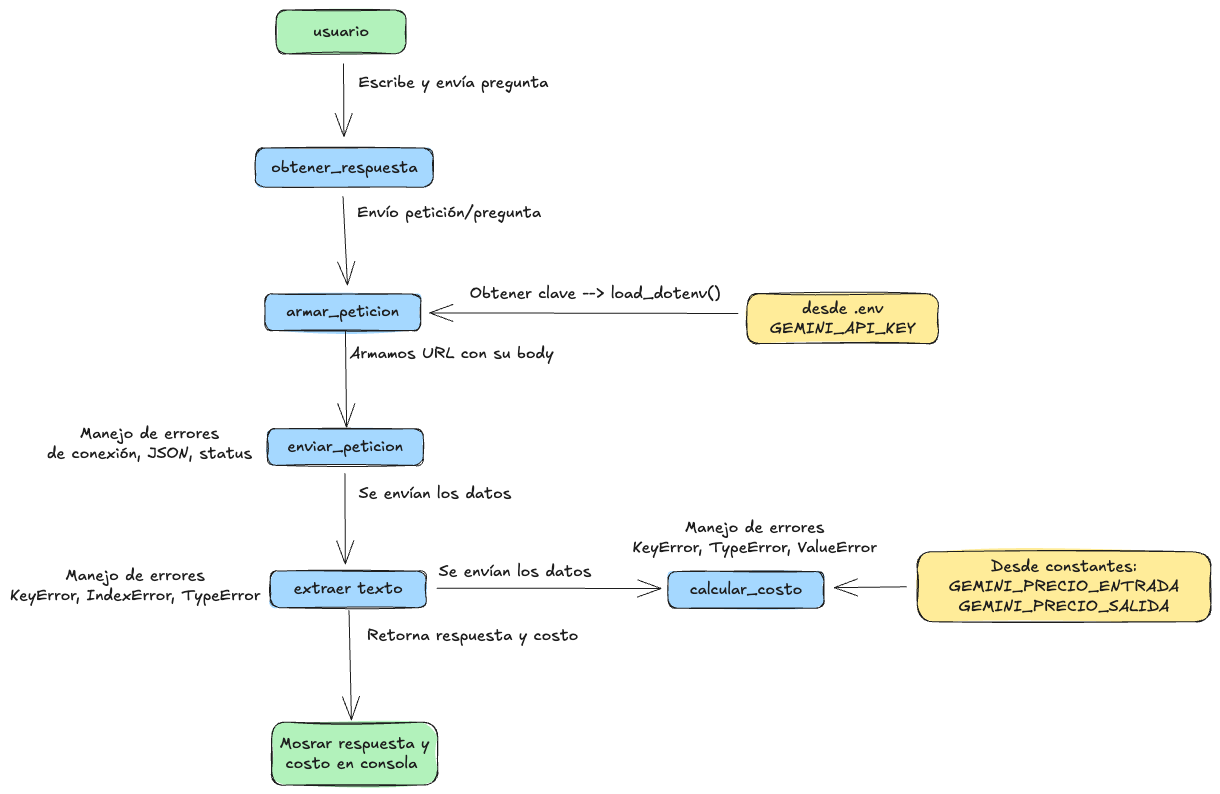
Above: docs/diagrama.excalidraw.png in xOsCaRx/repo-pyt-IA (Excalidraw), before the change. Source tidied: one line per element, renumbered; positions are measured from the earlier drawing's top-left corner, leaving out a move shared by most shapes.
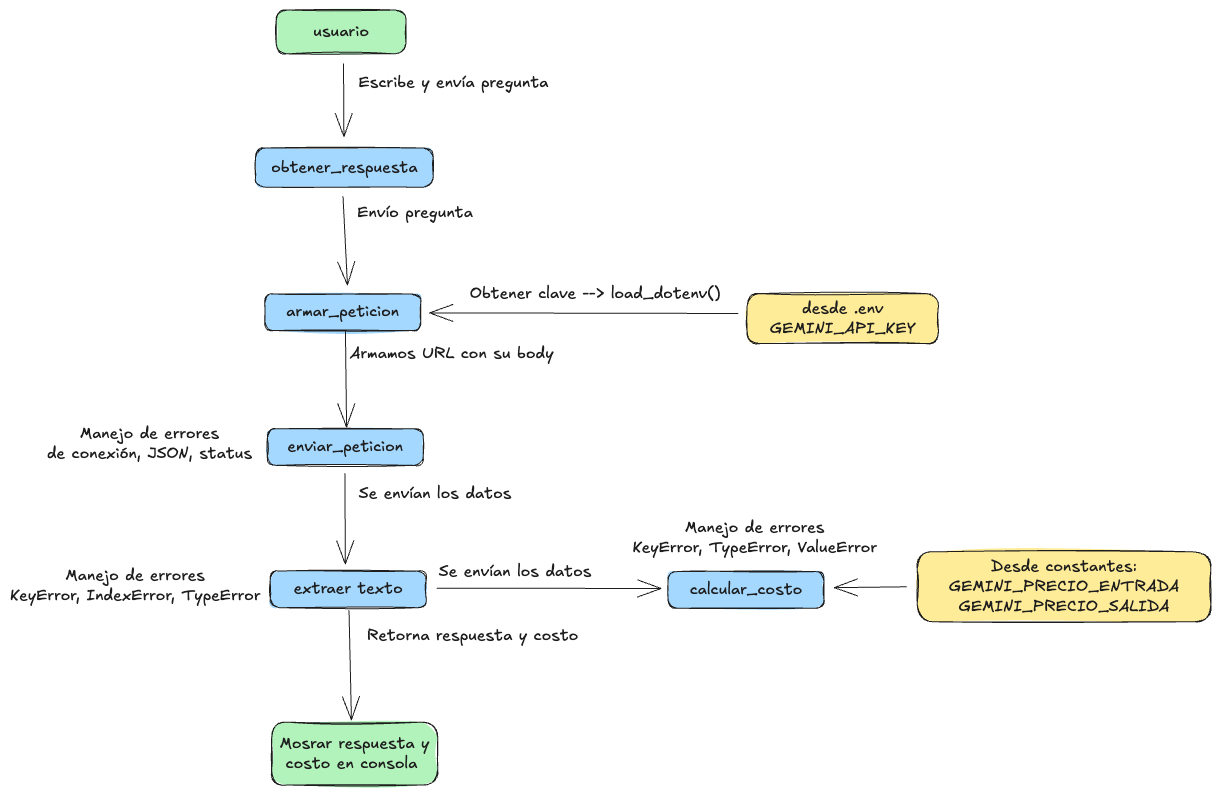
Later version of the same file.

The edit, as a diff of the source:
```diff
@@ -2,7 +2,7 @@
 {"id": 1, "type": "text", "text": "usuario", "strokeColor": "#1e1e1e", "backgroundColor": "#b2f2bb", "fillStyle": "solid", "strokeWidth": 2, "roughness": 1, "fontSize": 16, "fontFamily": 5, "textAlign": "center", "verticalAlign": "middle", "inside": 0, "x": 303, "y": 12, "width": 56, "height": 20}
 {"id": 2, "type": "rectangle", "strokeColor": "#1e1e1e", "backgroundColor": "#a5d8ff", "fillStyle": "solid", "strokeWidth": 1, "roughness": 1, "round": true, "x": 255, "y": 284, "width": 156, "height": 37}
 {"id": 3, "type": "text", "text": "armar_peticion", "strokeColor": "#1e1e1e", "backgroundColor": "#a5d8ff", "fillStyle": "solid", "strokeWidth": 2, "roughness": 1, "fontSize": 16, "fontFamily": 5, "textAlign": "center", "verticalAlign": "middle", "inside": 2, "x": 276, "y": 292, "width": 113, "height": 20}
-{"id": 4, "type": "text", "text": "Envío petición/pregunta", "strokeColor": "#1e1e1e", "backgroundColor": "#a5d8ff", "fillStyle": "solid", "strokeWidth": 2, "roughness": 1, "fontSize": 16, "fontFamily": 5, "x": 347, "y": 193, "width": 184, "height": 20}
+{"id": 4, "type": "text", "text": "Envío pregunta", "strokeColor": "#1e1e1e", "backgroundColor": "#a5d8ff", "fillStyle": "solid", "strokeWidth": 2, "roughness": 1, "fontSize": 16, "fontFamily": 5, "x": 347, "y": 193, "width": 116, "height": 20}
 {"id": 5, "type": "rectangle", "strokeColor": "#1e1e1e", "backgroundColor": "#ffec99", "fillStyle": "solid", "strokeWidth": 1, "roughness": 1, "round": true, "x": 737, "y": 284, "width": 191, "height": 50}
 {"id": 6, "type": "text", "text": "desde .env\nGEMINI_API_KEY", "strokeColor": "#1e1e1e", "backgroundColor": "#ffec99", "fillStyle": "solid", "strokeWidth": 1, "roughness": 1, "fontSize": 16, "fontFamily": 5, "textAlign": "center", "verticalAlign": "middle", "inside": 5, "x": 760, "y": 289, "width": 146, "height": 40}
 {"id": 7, "type": "arrow", "strokeColor": "#1e1e1e", "backgroundColor": "#ffec99", "fillStyle": "solid", "strokeWidth": 1, "roughness": 0, "endArrowhead": "arrow", "round": true, "from": 5, "to": 2, "x": 728, "y": 303, "width": 309, "height": 1, "points": [[0, 0], [-309, -1]]}
```
